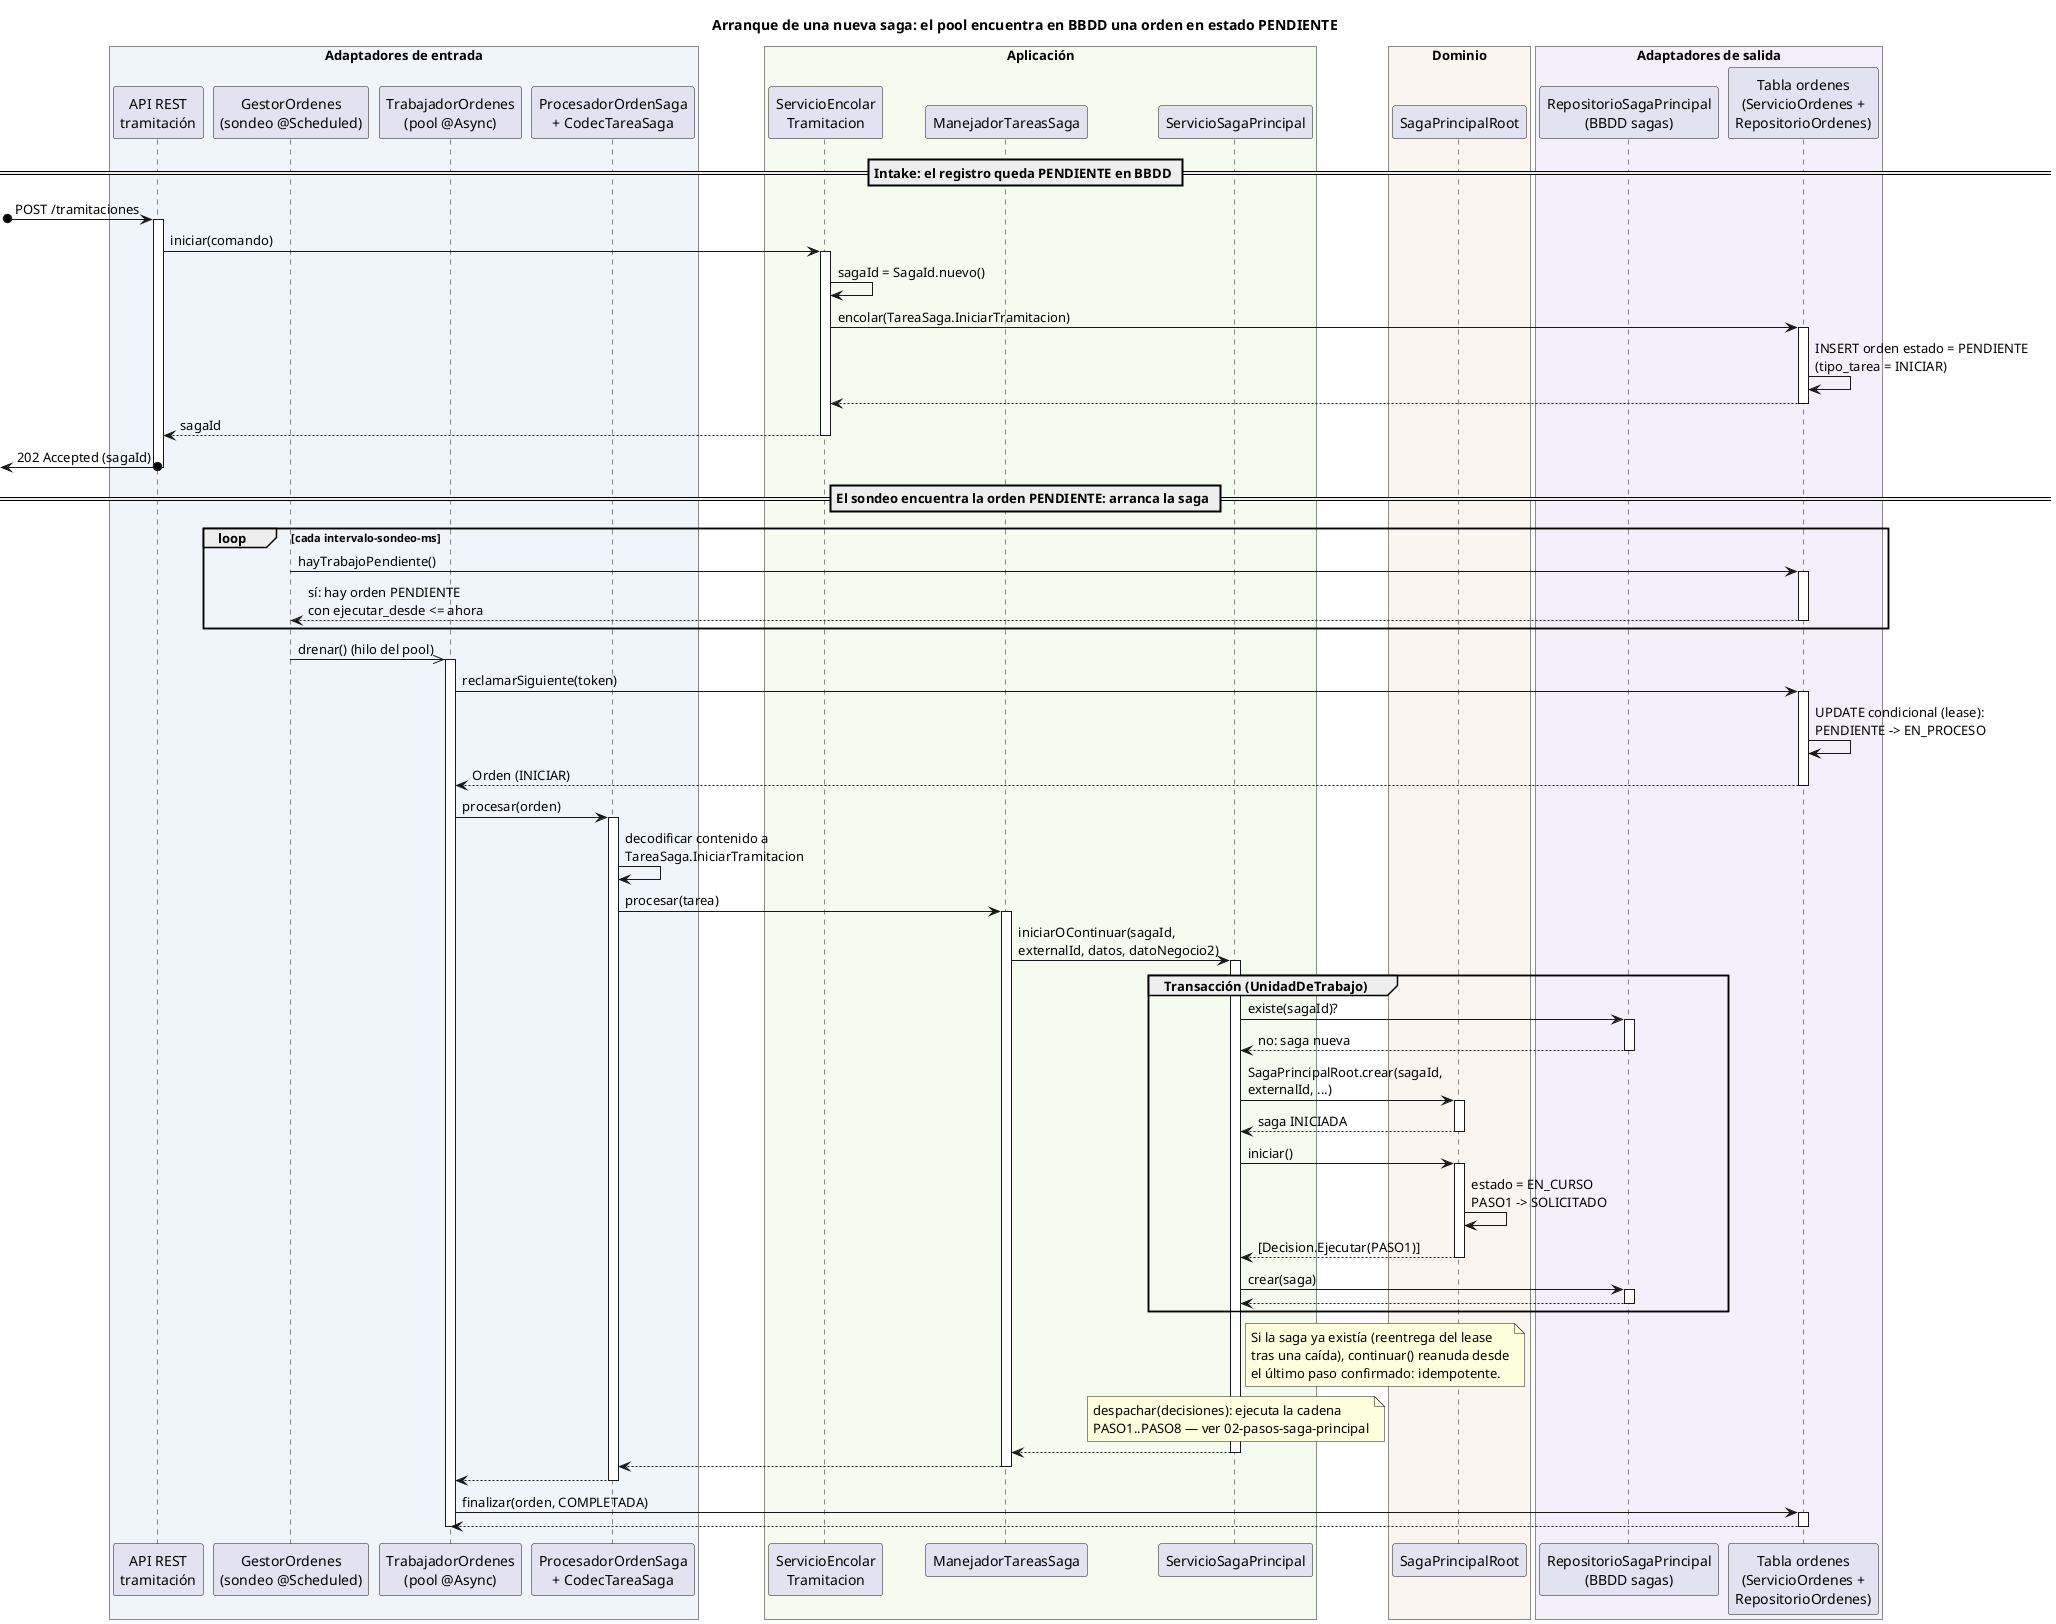
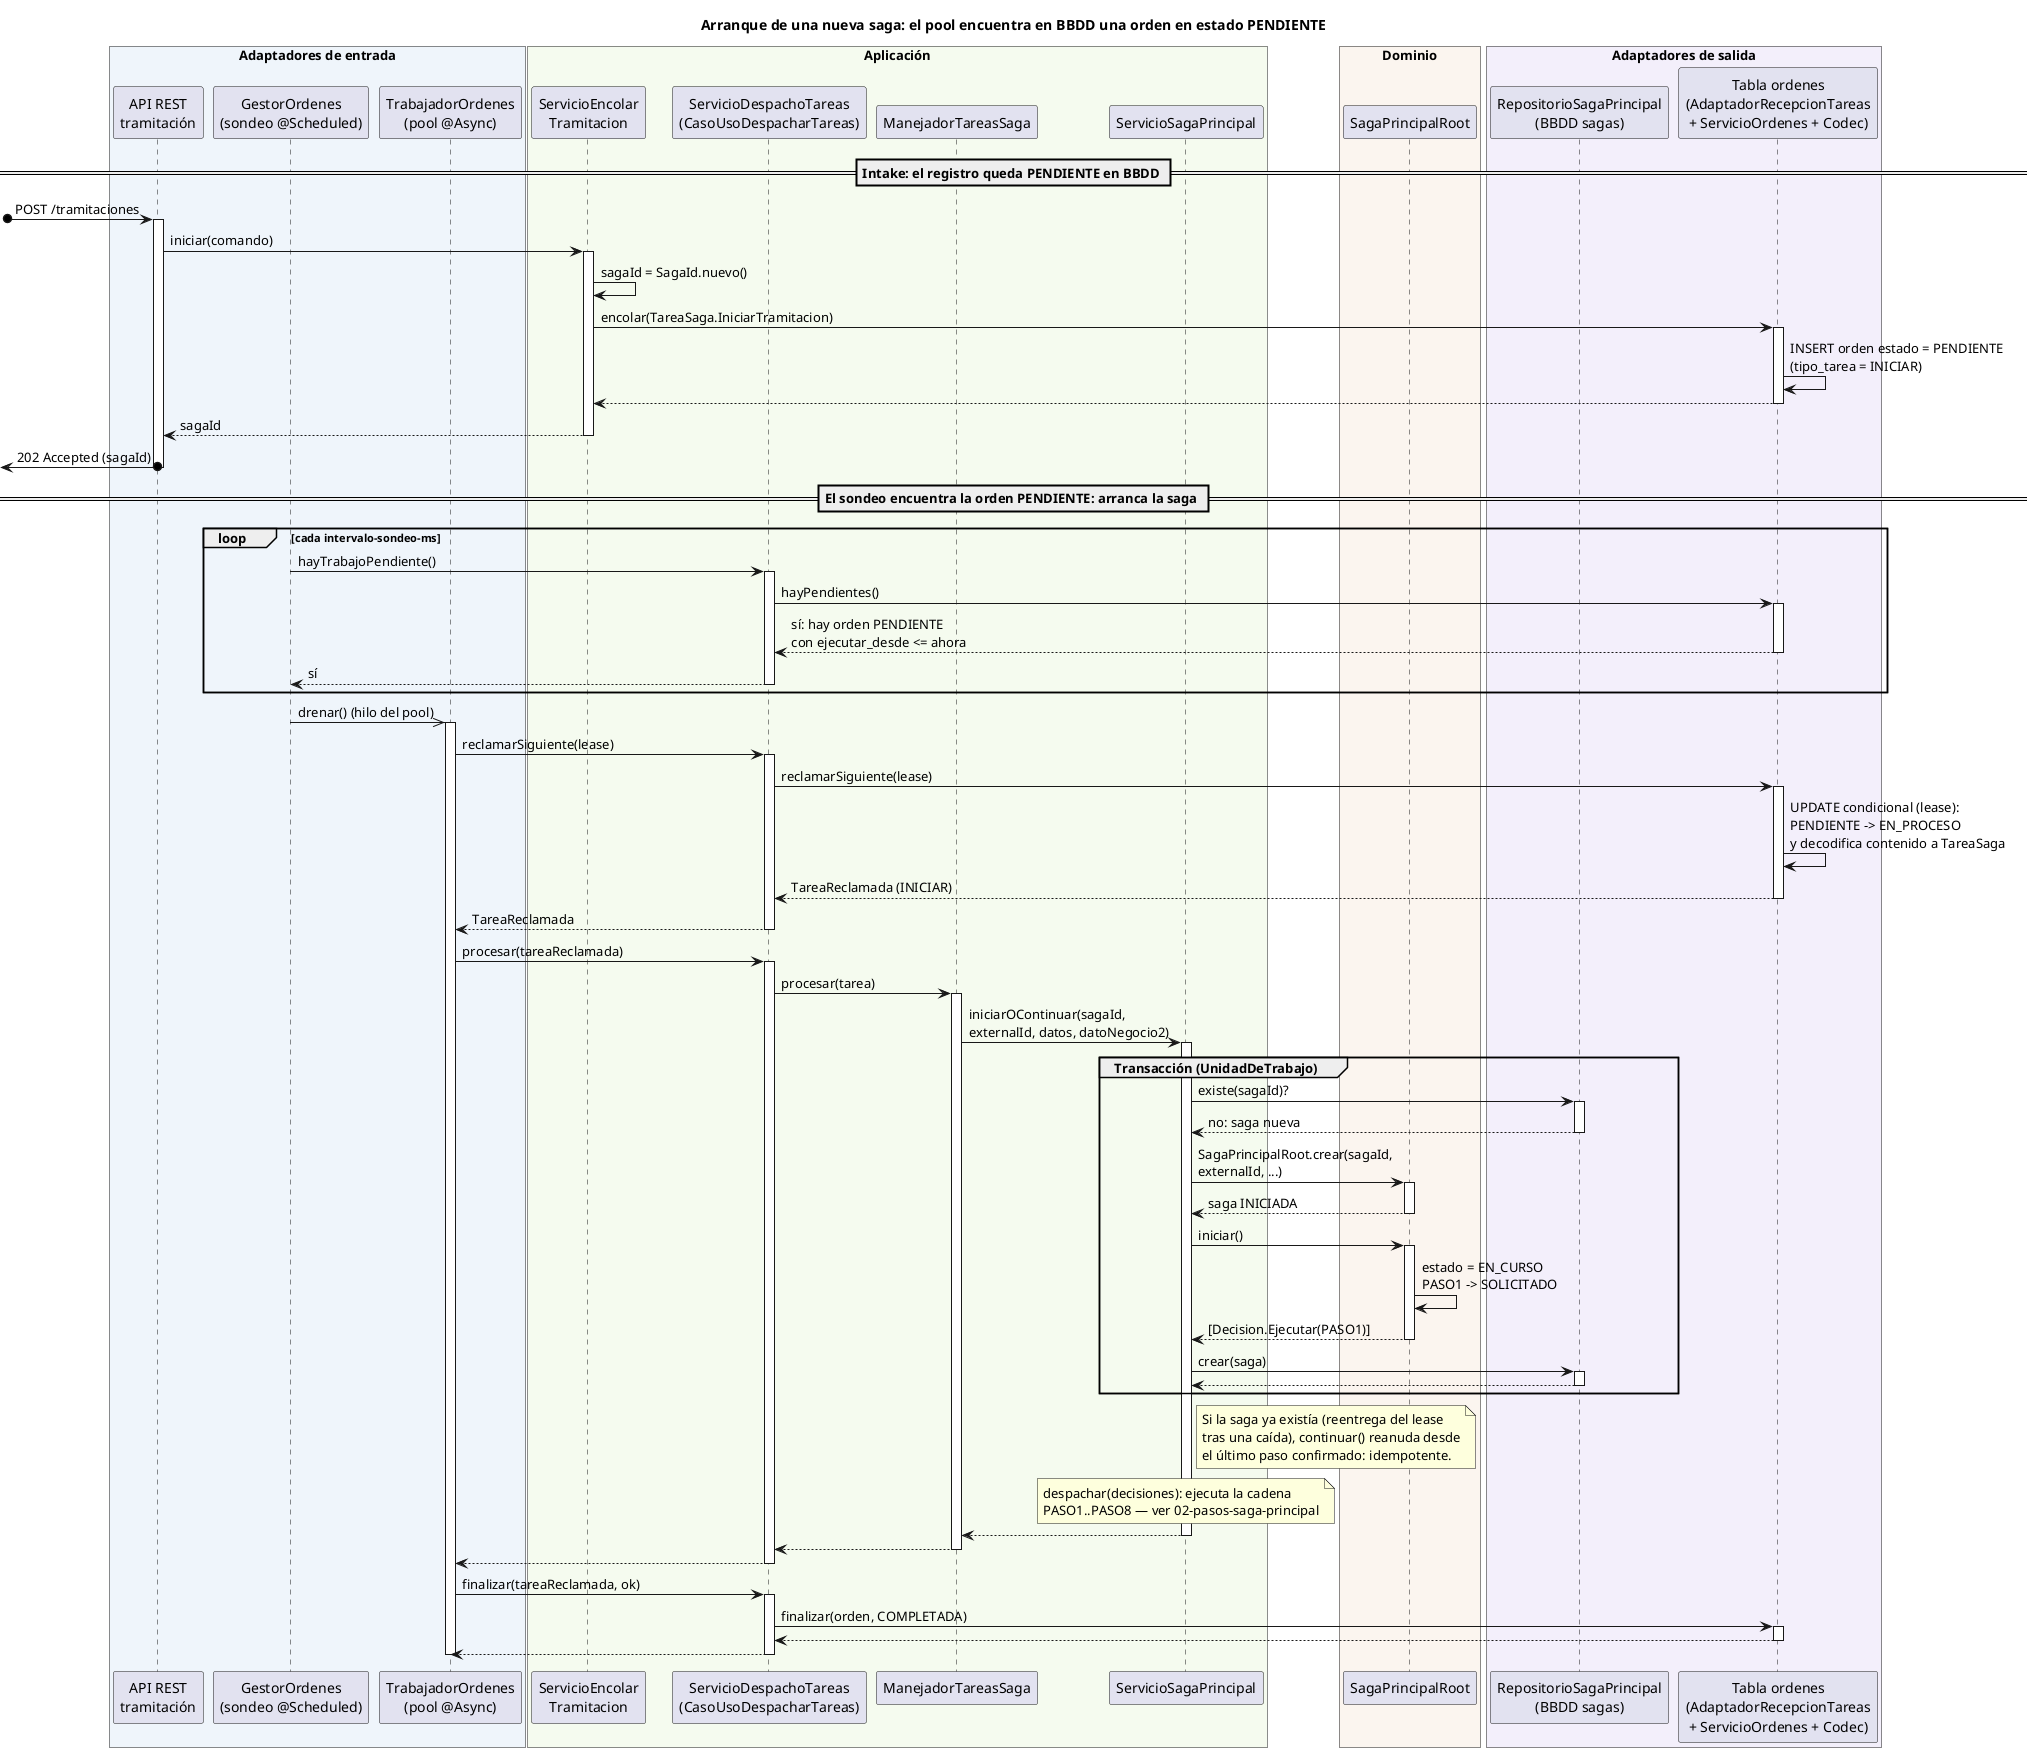
@startuml 01-arranque-saga-nueva
title Arranque de una nueva saga: el pool encuentra en BBDD una orden en estado PENDIENTE

box "Adaptadores de entrada" #EFF5FB
  participant "API REST\ntramitación" as REST
  participant "GestorOrdenes\n(sondeo @Scheduled)" as GESTOR
  participant "TrabajadorOrdenes\n(pool @Async)" as TRAB
-   participant "ProcesadorOrdenSaga\n+ CodecTareaSaga" as PROC
end box
box "Aplicación" #F5FBEF
  participant "ServicioEncolar\nTramitacion" as ENC
+   participant "ServicioDespachoTareas\n(CasoUsoDespacharTareas)" as DESP
  participant "ManejadorTareasSaga" as MANEJ
  participant "ServicioSagaPrincipal" as SVC
end box
box "Dominio" #FBF5EF
  participant "SagaPrincipalRoot" as SAGA
end box
box "Adaptadores de salida" #F3EFFB
  participant "RepositorioSagaPrincipal\n(BBDD sagas)" as REPO
-   participant "Tabla ordenes\n(ServicioOrdenes +\nRepositorioOrdenes)" as ORD
+   participant "Tabla ordenes\n(AdaptadorRecepcionTareas\n+ ServicioOrdenes + Codec)" as ORD
end box

== Intake: el registro queda PENDIENTE en BBDD ==
[o-> REST : POST /tramitaciones
activate REST
REST -> ENC ++ : iniciar(comando)
ENC -> ENC : sagaId = SagaId.nuevo()
ENC -> ORD ++ : encolar(TareaSaga.IniciarTramitacion)
ORD -> ORD : INSERT orden estado = PENDIENTE\n(tipo_tarea = INICIAR)
return
return sagaId
[<-o REST : 202 Accepted (sagaId)
deactivate REST

== El sondeo encuentra la orden PENDIENTE: arranca la saga ==
loop cada intervalo-sondeo-ms
-   GESTOR -> ORD ++ : hayTrabajoPendiente()
+   GESTOR -> DESP ++ : hayTrabajoPendiente()
+   DESP -> ORD ++ : hayPendientes()
  return sí: hay orden PENDIENTE\ncon ejecutar_desde <= ahora
+   return sí
end
GESTOR ->> TRAB : drenar() (hilo del pool)
activate TRAB
- TRAB -> ORD ++ : reclamarSiguiente(token)
- ORD -> ORD : UPDATE condicional (lease):\nPENDIENTE -> EN_PROCESO
- return Orden (INICIAR)
- TRAB -> PROC ++ : procesar(orden)
- PROC -> PROC : decodificar contenido a\nTareaSaga.IniciarTramitacion
- PROC -> MANEJ ++ : procesar(tarea)
+ TRAB -> DESP ++ : reclamarSiguiente(lease)
+ DESP -> ORD ++ : reclamarSiguiente(lease)
+ ORD -> ORD : UPDATE condicional (lease):\nPENDIENTE -> EN_PROCESO\ny decodifica contenido a TareaSaga
+ return TareaReclamada (INICIAR)
+ return TareaReclamada
+ TRAB -> DESP ++ : procesar(tareaReclamada)
+ DESP -> MANEJ ++ : procesar(tarea)
MANEJ -> SVC ++ : iniciarOContinuar(sagaId,\nexternalId, datos, datoNegocio2)

group Transacción (UnidadDeTrabajo)
  SVC -> REPO ++ : existe(sagaId)?
  return no: saga nueva
  SVC -> SAGA ++ : SagaPrincipalRoot.crear(sagaId,\nexternalId, ...)
  return saga INICIADA
  SVC -> SAGA ++ : iniciar()
  SAGA -> SAGA : estado = EN_CURSO\nPASO1 -> SOLICITADO
  return [Decision.Ejecutar(PASO1)]
  SVC -> REPO ++ : crear(saga)
  return
end
note right of SVC
  Si la saga ya existía (reentrega del lease
  tras una caída), continuar() reanuda desde
  el último paso confirmado: idempotente.
end note

note over SVC : despachar(decisiones): ejecuta la cadena\nPASO1..PASO8 — ver 02-pasos-saga-principal
return
return
return
- TRAB -> ORD ++ : finalizar(orden, COMPLETADA)
+ TRAB -> DESP ++ : finalizar(tareaReclamada, ok)
+ DESP -> ORD ++ : finalizar(orden, COMPLETADA)
+ return
return
deactivate TRAB
@enduml
